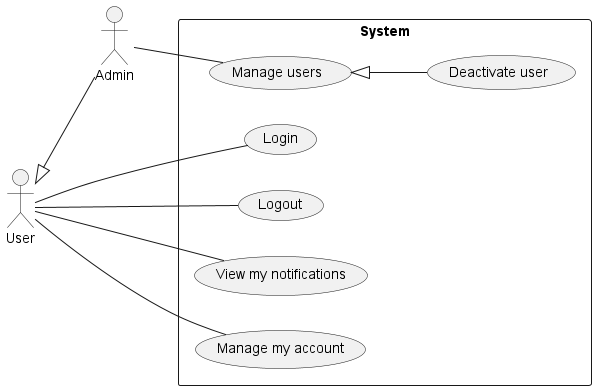
Earlier version of the PlantUML export Lab1/Lab1.2/use-cases/Admin.png (phihungha/SE357-Practice-class).
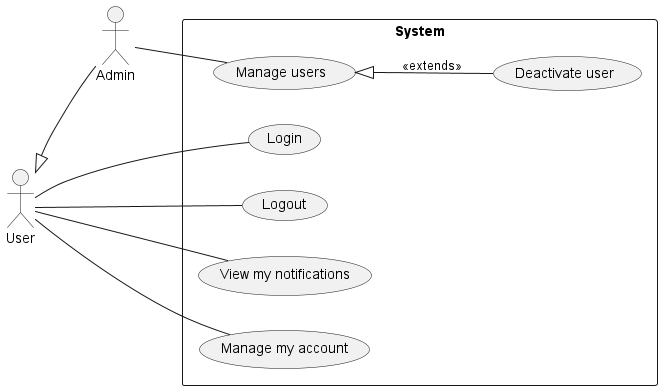
Above is the later version.

The edit, as a diff of the source:
```diff
@@ -1,4 +1,4 @@
-@startuml Admin
+@startuml admin
 left to right direction
 
 :Admin: as ad
@@ -12,6 +12,6 @@
     u -- (Manage my account)
 
     ad -- (Manage users)
-    (Manage users) <|-- (Deactivate user)
+    (Manage users) <|-- (Deactivate user) : <<extends>>
 }
 @enduml
```
